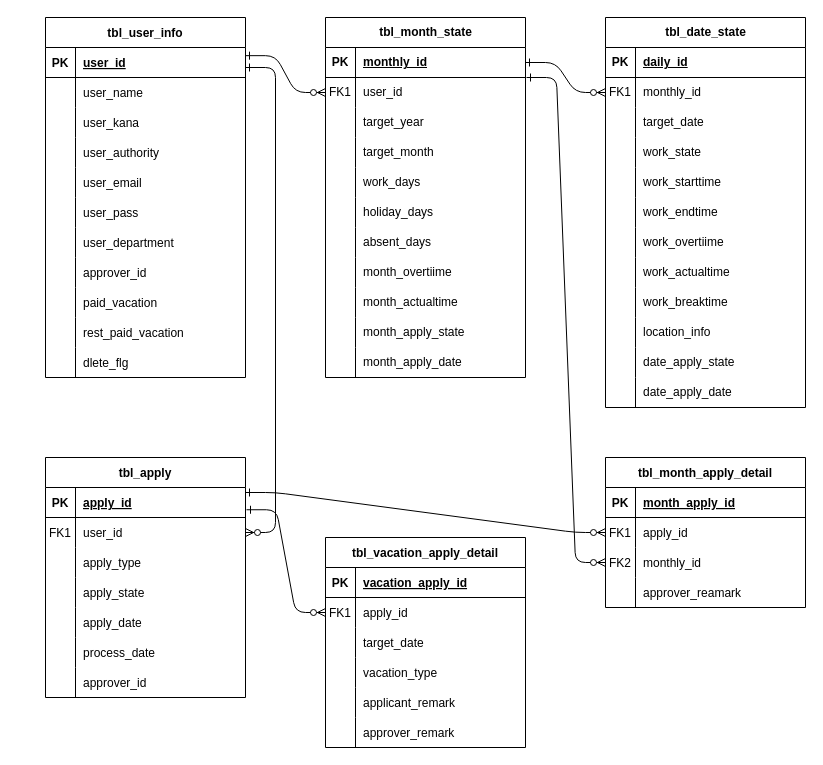
Above: docs/database/er.drawio in youkobaske/agentSupport-attendanceSystem (draw.io), before the change. Source tidied: cells renumbered, new cells numbered last; positions are measured from the earlier drawing's top-left corner, leaving out a move shared by most shapes. Both pictures are drawn from the tidied source at 100%, with x=0, y=0 at pixel (45, 17).
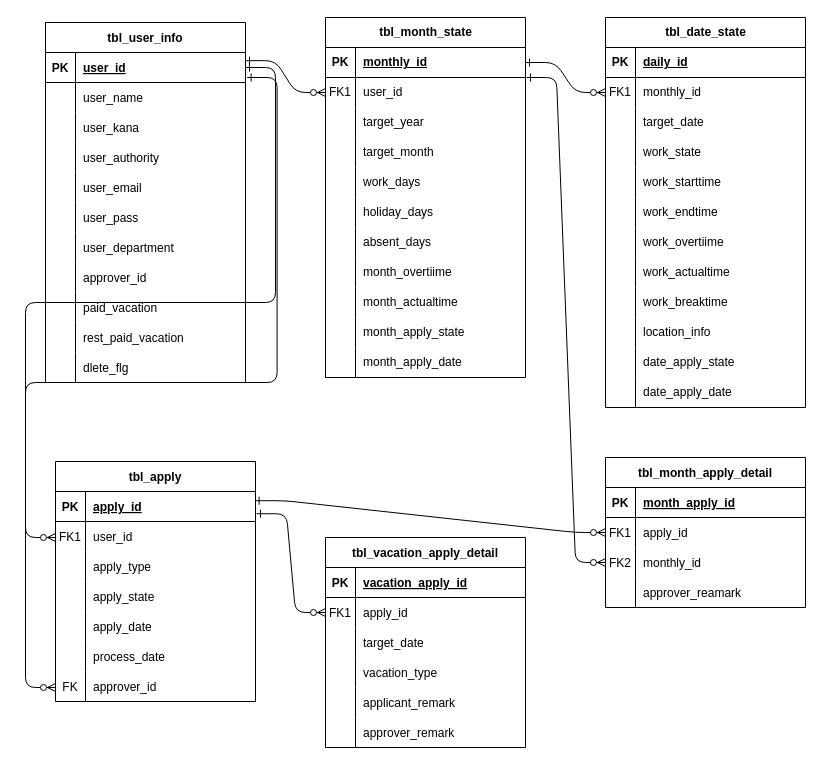
Above is the later version.

Unchanged cells that the change refers to:
```xml
<mxCell id="112" style="shape=partialRectangle;fillColor=none;points=[[0,0.5],[1,0.5]];portConstraint=eastwest;top=0;left=0;right=0;bottom=1;" parent="111" vertex="1">
  <mxGeometry y="30" width="200" height="30" as="geometry" />
</mxCell>
<mxCell id="115" style="shape=partialRectangle;fillColor=none;points=[[0,0.5],[1,0.5]];portConstraint=eastwest;top=0;left=0;right=0;bottom=0;" parent="111" vertex="1">
  <mxGeometry y="60" width="200" height="30" as="geometry" />
</mxCell>
<mxCell id="130" style="shape=partialRectangle;fillColor=none;top=0;left=0;right=0;bottom=0;" parent="111" vertex="1">
  <mxGeometry y="210" width="200" height="30" as="geometry" />
</mxCell>
<mxCell id="156" style="shape=partialRectangle;fillColor=none;points=[[0,0.5],[1,0.5]];portConstraint=eastwest;top=0;left=0;right=0;bottom=0;" parent="152" vertex="1">
  <mxGeometry y="60" width="200" height="30" as="geometry" />
</mxCell>
```

Diff of the diagram source:
```diff
@@
     <mxCell id="3" value="tbl_user_info" style="shape=table;startSize=30;childLayout=tableLayout;rowLines=0;fontStyle=1;align=center;" parent="1" vertex="1">
-      <mxGeometry width="200" height="360" as="geometry" />
+      <mxGeometry y="5" width="200" height="360" as="geometry" />
     </mxCell>
@@
     <mxCell id="111" value="tbl_apply" style="shape=table;startSize=30;childLayout=tableLayout;rowLines=0;fontStyle=1;align=center;" parent="1" vertex="1">
-      <mxGeometry y="440" width="200" height="240" as="geometry" />
+      <mxGeometry x="10" y="444" width="200" height="240" as="geometry" />
     </mxCell>
@@
-    <mxCell id="131" style="shape=partialRectangle;overflow=hidden;fillColor=none;top=0;left=0;bottom=0;right=0;" parent="130" vertex="1">
+    <mxCell id="131" value="FK" style="shape=partialRectangle;overflow=hidden;fillColor=none;top=0;left=0;bottom=0;right=0;" parent="130" vertex="1">
       <mxGeometry width="30" height="30" as="geometry" />
     </mxCell>
@@
-    <mxCell id="166" style="edgeStyle=entityRelationEdgeStyle;endArrow=ERzeroToMany;startArrow=ERone;endFill=1;startFill=0;entryX=0;entryY=0.5;entryDx=0;entryDy=0;exitX=1;exitY=0.5;exitDx=0;exitDy=0;" parent="1" edge="1" target="156">
-      <mxGeometry relative="1" as="geometry">
-        <mxPoint x="200" y="475" as="sourcePoint" />
-      </mxGeometry>
+    <mxCell id="166" style="edgeStyle=entityRelationEdgeStyle;endArrow=ERzeroToMany;startArrow=ERone;endFill=1;startFill=0;entryX=0;entryY=0.5;entryDx=0;entryDy=0;exitX=0.998;exitY=0.307;exitDx=0;exitDy=0;exitPerimeter=0;" parent="1" edge="1" source="112" target="156">
+      <mxGeometry relative="1" as="geometry" />
     </mxCell>
@@
-    <mxCell id="168" style="edgeStyle=entityRelationEdgeStyle;endArrow=ERzeroToMany;startArrow=ERone;endFill=1;startFill=0;exitX=1;exitY=0.5;exitDx=0;exitDy=0;rounded=1;entryX=1;entryY=0.5;entryDx=0;entryDy=0;" parent="1" edge="1" target="115">
+    <mxCell id="168" style="edgeStyle=entityRelationEdgeStyle;endArrow=ERzeroToMany;startArrow=ERone;endFill=1;startFill=0;exitX=1;exitY=0.5;exitDx=0;exitDy=0;rounded=1;" parent="1" edge="1">
       <mxGeometry relative="1" as="geometry">
         <mxPoint x="200" y="50" as="sourcePoint" />
+        <mxPoint x="10" y="520" as="targetPoint" />
       </mxGeometry>
     </mxCell>
+    <mxCell id="169" style="edgeStyle=entityRelationEdgeStyle;endArrow=ERzeroToMany;startArrow=ERone;endFill=1;startFill=0;exitX=1.008;exitY=0.833;exitDx=0;exitDy=0;rounded=1;exitPerimeter=0;" parent="1" edge="1">
+      <mxGeometry relative="1" as="geometry">
+        <mxPoint x="201.6" y="60" as="sourcePoint" />
+        <mxPoint x="10" y="670" as="targetPoint" />
+      </mxGeometry>
+    </mxCell>
```
